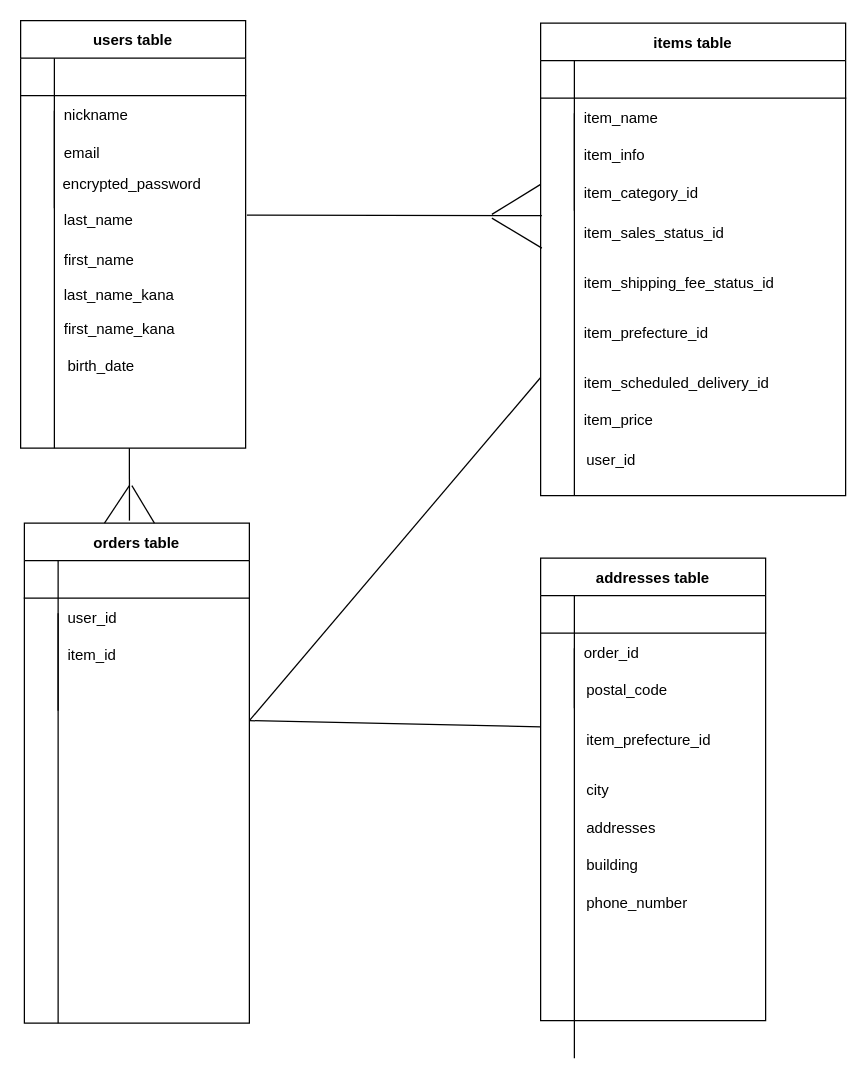
Before: ER_furima.dio in kijiyaippei/furima-37545, a draw.io diagram. Source tidied: cells renumbered, new cells numbered last; positions are measured from the earlier drawing's top-left corner, leaving out a move shared by most shapes. Both pictures are drawn from the tidied source at 125%, with x=0, y=0 at pixel (20, 20).
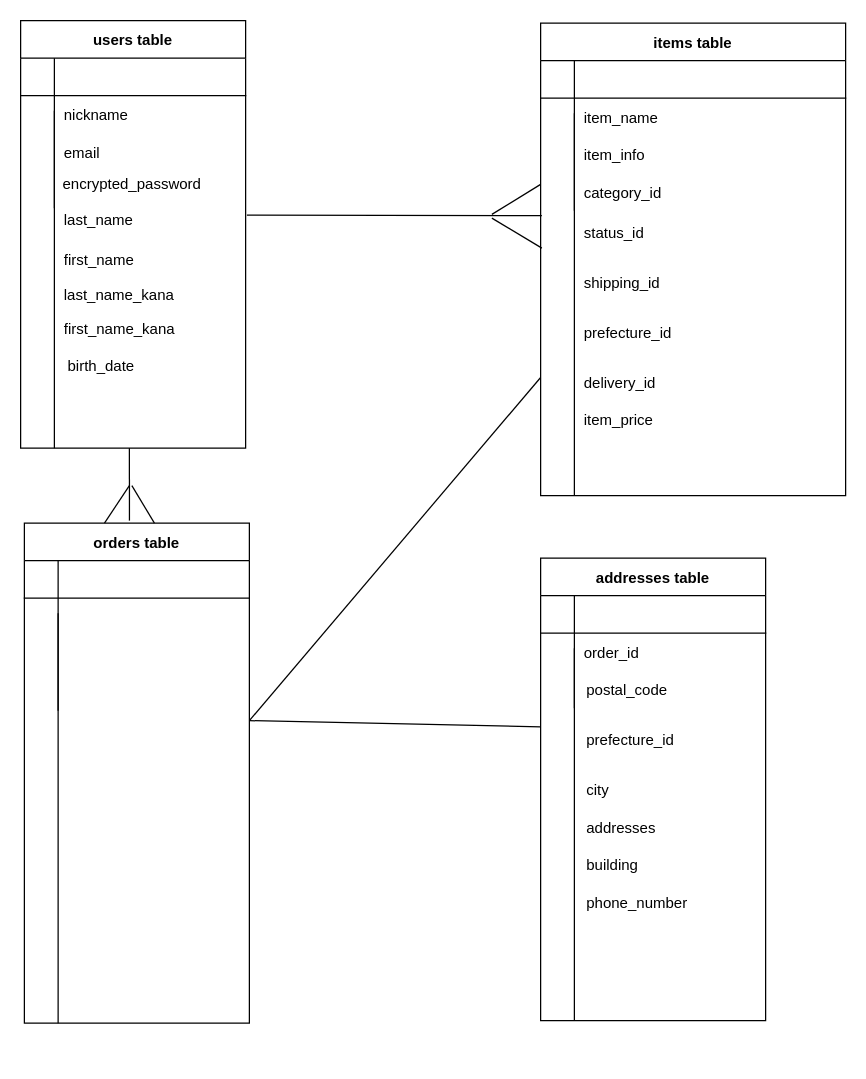
Above is the later version.

Commit message (it also covers changes not shown here):
データベース設計11

The change refers to these unchanged cells:
```xml
<mxCell id="30" style="shape=partialRectangle;fillColor=none;top=0;left=0;bottom=0;right=0;points=[[0,0.5],[1,0.5]];portConstraint=eastwest;" parent="20" vertex="1">
  <mxGeometry y="120" width="244" height="30" as="geometry" />
</mxCell>
<mxCell id="43" style="shape=partialRectangle;fillColor=none;top=0;left=0;bottom=0;right=0;" parent="39" vertex="1">
  <mxGeometry y="60" width="180" height="30" as="geometry" />
</mxCell>
<mxCell id="46" style="shape=partialRectangle;fillColor=none;top=0;left=0;bottom=0;right=0;" parent="39" vertex="1">
  <mxGeometry y="90" width="180" height="30" as="geometry" />
</mxCell>
```

The edit, as a diff of the source:
```diff
@@
-    <mxCell id="32" value="item_category_id" style="shape=partialRectangle;fillColor=none;top=0;left=0;bottom=0;right=0;align=left;spacingLeft=6;overflow=hidden;" parent="30" vertex="1">
+    <mxCell id="32" value="category_id" style="shape=partialRectangle;fillColor=none;top=0;left=0;bottom=0;right=0;align=left;spacingLeft=6;overflow=hidden;" parent="30" vertex="1">
       <mxGeometry x="27" width="217" height="30" as="geometry" />
     </mxCell>
-    <mxCell id="33" value="item_sales_status_id" style="shape=partialRectangle;fillColor=none;top=0;left=0;bottom=0;right=0;align=left;spacingLeft=6;overflow=hidden;" parent="1" vertex="1">
+    <mxCell id="33" value="status_id" style="shape=partialRectangle;fillColor=none;top=0;left=0;bottom=0;right=0;align=left;spacingLeft=6;overflow=hidden;" parent="1" vertex="1">
       <mxGeometry x="443" y="154" width="153" height="30" as="geometry" />
     </mxCell>
@@
-    <mxCell id="35" value="item_shipping_fee_status_id" style="shape=partialRectangle;fillColor=none;top=0;left=0;bottom=0;right=0;align=left;spacingLeft=6;overflow=hidden;" parent="1" vertex="1">
+    <mxCell id="35" value="shipping_id" style="shape=partialRectangle;fillColor=none;top=0;left=0;bottom=0;right=0;align=left;spacingLeft=6;overflow=hidden;" parent="1" vertex="1">
       <mxGeometry x="443" y="194" width="167" height="30" as="geometry" />
     </mxCell>
-    <mxCell id="36" value="item_prefecture_id" style="shape=partialRectangle;fillColor=none;top=0;left=0;bottom=0;right=0;align=left;spacingLeft=6;overflow=hidden;" parent="1" vertex="1">
+    <mxCell id="36" value="prefecture_id" style="shape=partialRectangle;fillColor=none;top=0;left=0;bottom=0;right=0;align=left;spacingLeft=6;overflow=hidden;" parent="1" vertex="1">
       <mxGeometry x="443" y="234" width="153" height="30" as="geometry" />
     </mxCell>
-    <mxCell id="37" value="item_scheduled_delivery_id" style="shape=partialRectangle;fillColor=none;top=0;left=0;bottom=0;right=0;align=left;spacingLeft=6;overflow=hidden;" parent="1" vertex="1">
+    <mxCell id="37" value="delivery_id" style="shape=partialRectangle;fillColor=none;top=0;left=0;bottom=0;right=0;align=left;spacingLeft=6;overflow=hidden;" parent="1" vertex="1">
       <mxGeometry x="443" y="274" width="177" height="30" as="geometry" />
     </mxCell>
@@
-    <mxCell id="45" value="user_id" style="shape=partialRectangle;fillColor=none;top=0;left=0;bottom=0;right=0;align=left;spacingLeft=6;overflow=hidden;" parent="43" vertex="1">
+    <mxCell id="45" style="shape=partialRectangle;fillColor=none;top=0;left=0;bottom=0;right=0;align=left;spacingLeft=6;overflow=hidden;" parent="43" vertex="1">
       <mxGeometry x="27" width="153" height="30" as="geometry" />
     </mxCell>
@@
-    <mxCell id="48" value="item_id" style="shape=partialRectangle;fillColor=none;top=0;left=0;bottom=0;right=0;align=left;spacingLeft=6;overflow=hidden;" parent="46" vertex="1">
+    <mxCell id="48" style="shape=partialRectangle;fillColor=none;top=0;left=0;bottom=0;right=0;align=left;spacingLeft=6;overflow=hidden;" parent="46" vertex="1">
       <mxGeometry x="27" width="153" height="30" as="geometry" />
     </mxCell>
@@
-    <mxCell id="66" value="user_id" style="shape=partialRectangle;fillColor=none;top=0;left=0;bottom=0;right=0;align=left;spacingLeft=6;overflow=hidden;" parent="1" vertex="1">
-      <mxGeometry x="445" y="336" width="153" height="30" as="geometry" />
-    </mxCell>
@@
     <mxCell id="78" style="endArrow=none;html=1;rounded=0;" parent="1" edge="1">
       <mxGeometry relative="1" as="geometry">
         <mxPoint x="443" y="502" as="sourcePoint" />
-        <mxPoint x="443" y="830" as="targetPoint" />
+        <mxPoint x="443" y="800" as="targetPoint" />
       </mxGeometry>
     </mxCell>
@@
-    <mxCell id="80" value="item_prefecture_id" style="shape=partialRectangle;fillColor=none;top=0;left=0;bottom=0;right=0;align=left;spacingLeft=6;overflow=hidden;" parent="1" vertex="1">
+    <mxCell id="80" value="prefecture_id" style="shape=partialRectangle;fillColor=none;top=0;left=0;bottom=0;right=0;align=left;spacingLeft=6;overflow=hidden;" parent="1" vertex="1">
       <mxGeometry x="445" y="560" width="153" height="30" as="geometry" />
     </mxCell>
```
